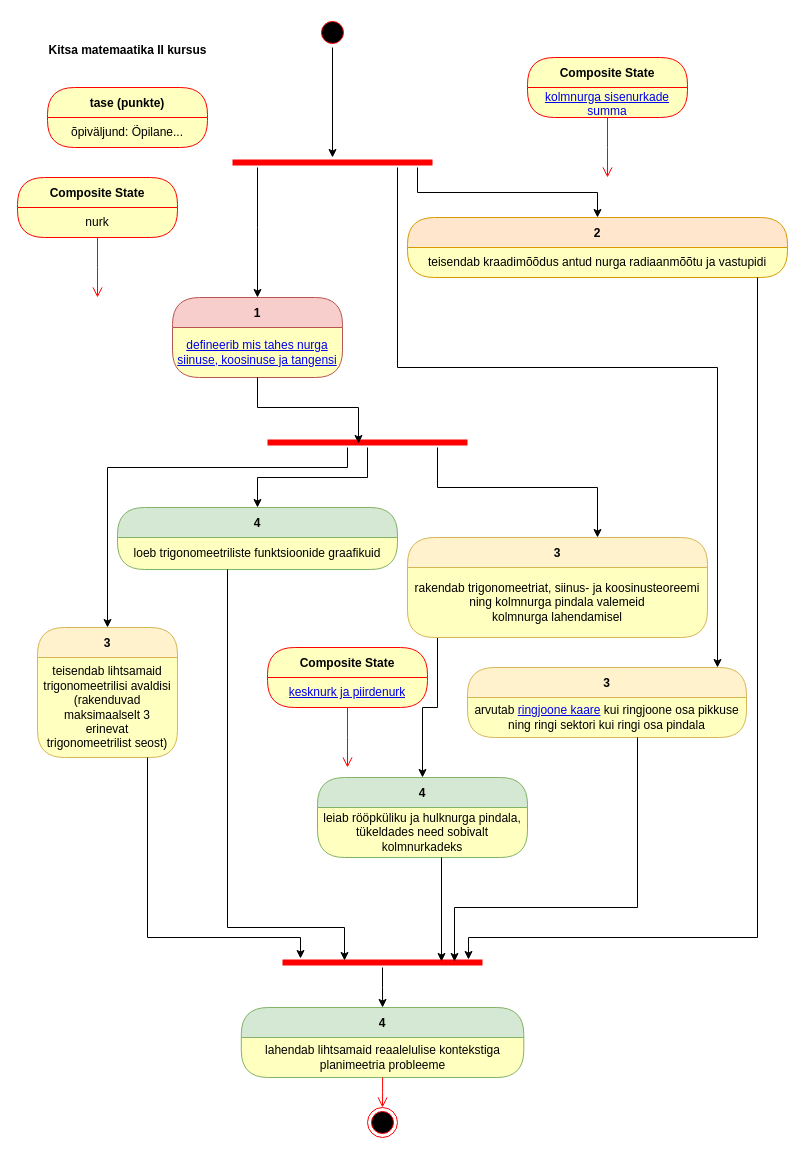
piiskop/matemaatika-kitsas-2 keeps this draw.io diagram as page "Õpiväljundid" (1 of 2) of rmd/matemaatika-kitsas-2.drawio. Above is the earlier version. Source tidied: cells renumbered, new cells numbered last; positions are measured from the earlier drawing's top-left corner, leaving out a move shared by most shapes. Both pictures are drawn from the tidied source at 100%, with x=0, y=0 at pixel (17, 17).
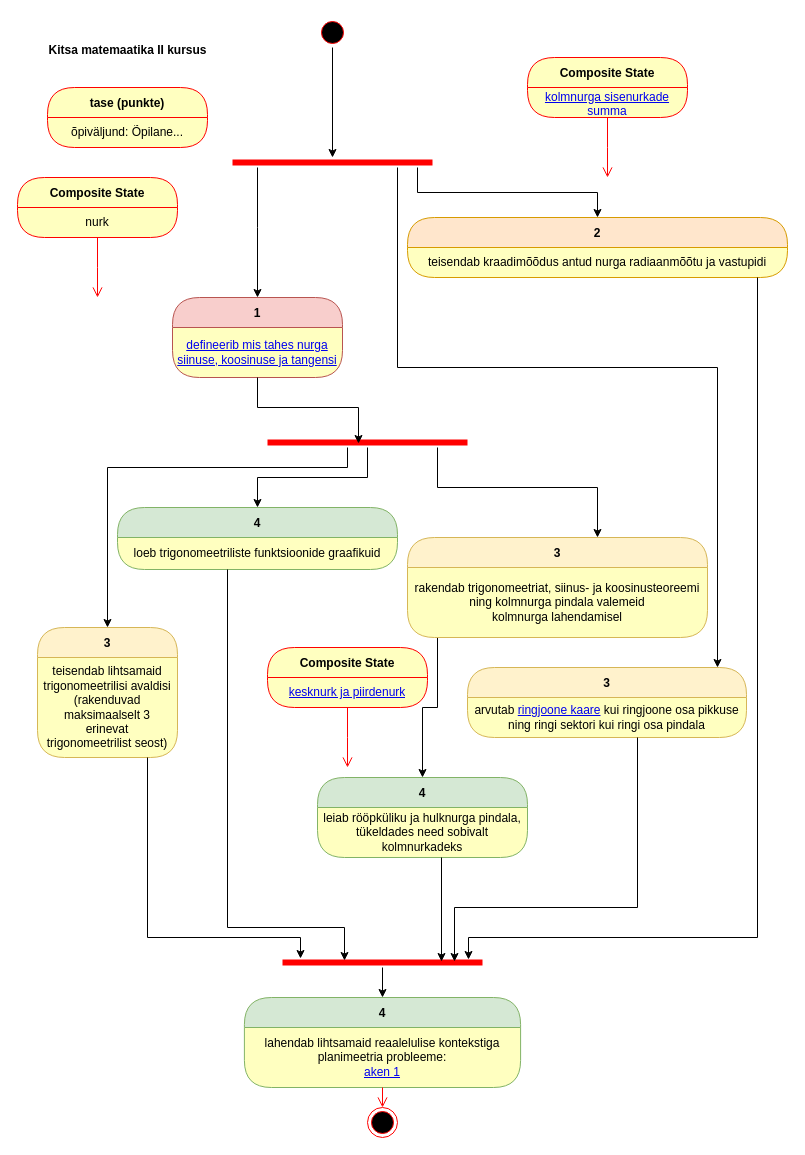
Above is the later version.

Commit message:
aknaülesande esimese osa video link

What changed in the source:
```diff
@@
     <mxCell id="3" value="4" style="swimlane;fontStyle=1;align=center;verticalAlign=middle;horizontal=1;startSize=30;rounded=1;arcSize=30;strokeColor=#82b366;fillColor=#d5e8d4;swimlaneFillColor=#ffffc0;" parent="1" vertex="1">
-      <mxGeometry x="223.8" y="990" width="282.5" height="70" as="geometry" />
+      <mxGeometry x="226.9" y="980" width="276.2" height="90" as="geometry" />
     </mxCell>
-    <mxCell id="4" value="lahendab lihtsamaid reaalelulise kontekstiga planimeetria probleeme" style="text;html=1;strokeColor=none;fillColor=none;align=center;verticalAlign=middle;spacingLeft=4;spacingRight=4;whiteSpace=wrap;overflow=hidden;fontColor=#000000;" parent="3" vertex="1">
-      <mxGeometry y="30" width="282.5" height="40" as="geometry" />
+    <mxCell id="4" value="lahendab lihtsamaid reaalelulise kontekstiga planimeetria probleeme:&lt;br&gt;&lt;a href=&quot;https://youtu.be/zB8ZTyG81Ow&quot;&gt;aken 1&lt;/a&gt;" style="text;html=1;strokeColor=none;fillColor=none;align=center;verticalAlign=middle;spacingLeft=4;spacingRight=4;whiteSpace=wrap;overflow=hidden;fontColor=#000000;" parent="3" vertex="1">
+      <mxGeometry y="30" width="276.2" height="60" as="geometry" />
     </mxCell>
```
